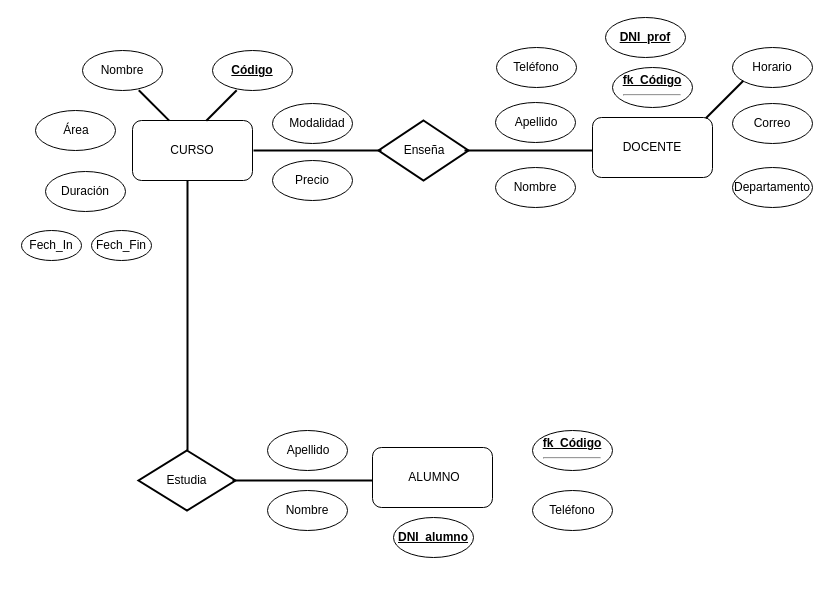
Above: Untitled Diagram.drawio in eresto/misrepositorios (draw.io), before the change. Source tidied: cells renumbered, new cells numbered last; positions are measured from the earlier drawing's top-left corner, leaving out a move shared by most shapes. Both pictures are drawn from the tidied source at 100%, with x=0, y=0 at pixel (21, 17).
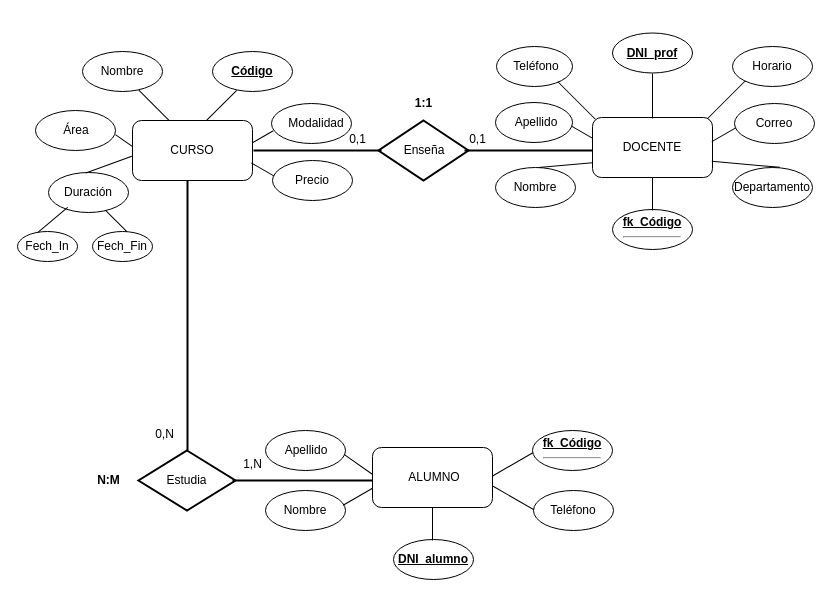
After the change.

The edit, as a diff of the source:
```diff
@@
     <mxCell id="3" style="ellipse;whiteSpace=wrap;html=1;" parent="1" vertex="1">
-      <mxGeometry x="191" y="33" width="80" height="40" as="geometry" />
+      <mxGeometry x="191" y="34" width="80" height="40" as="geometry" />
     </mxCell>
     <mxCell id="4" style="ellipse;whiteSpace=wrap;html=1;" parent="1" vertex="1">
-      <mxGeometry x="251" y="86" width="80" height="40" as="geometry" />
+      <mxGeometry x="250" y="86" width="80" height="40" as="geometry" />
     </mxCell>
     <mxCell id="5" value="Modalidad" style="text;html=1;strokeColor=none;fillColor=none;align=center;verticalAlign=middle;whiteSpace=wrap;rounded=0;" parent="1" vertex="1">
-      <mxGeometry x="261" y="96" width="70" height="20" as="geometry" />
+      <mxGeometry x="260" y="96" width="70" height="20" as="geometry" />
     </mxCell>
     <mxCell id="6" style="ellipse;whiteSpace=wrap;html=1;" parent="1" vertex="1">
-      <mxGeometry x="61" y="33" width="80" height="40" as="geometry" />
+      <mxGeometry x="61" y="34" width="80" height="40" as="geometry" />
     </mxCell>
@@
     <mxCell id="8" style="ellipse;whiteSpace=wrap;html=1;" parent="1" vertex="1">
-      <mxGeometry x="24" y="154" width="80" height="40" as="geometry" />
+      <mxGeometry x="27" y="155" width="80" height="40" as="geometry" />
     </mxCell>
@@
     <mxCell id="10" value="Duración" style="text;html=1;strokeColor=none;fillColor=none;align=center;verticalAlign=middle;whiteSpace=wrap;rounded=0;" parent="1" vertex="1">
-      <mxGeometry x="44" y="164" width="40" height="20" as="geometry" />
+      <mxGeometry x="47" y="165" width="40" height="20" as="geometry" />
     </mxCell>
@@
     <mxCell id="12" value="Nombre" style="text;html=1;strokeColor=none;fillColor=none;align=center;verticalAlign=middle;whiteSpace=wrap;rounded=0;" parent="1" vertex="1">
-      <mxGeometry x="81" y="43" width="40" height="20" as="geometry" />
+      <mxGeometry x="81" y="44" width="40" height="20" as="geometry" />
     </mxCell>
@@
     <mxCell id="14" value="Código" style="text;html=1;strokeColor=none;fillColor=none;align=center;verticalAlign=middle;whiteSpace=wrap;rounded=0;strokeWidth=3;fontStyle=5;" parent="1" vertex="1">
-      <mxGeometry x="211" y="43" width="40" height="20" as="geometry" />
+      <mxGeometry x="211" y="44" width="40" height="20" as="geometry" />
     </mxCell>
@@
     <mxCell id="17" style="ellipse;whiteSpace=wrap;html=1;" parent="1" vertex="1">
-      <mxGeometry x="591" y="50" width="80" height="40" as="geometry" />
+      <mxGeometry x="591" y="192" width="80" height="40" as="geometry" />
     </mxCell>
     <mxCell id="18" style="ellipse;whiteSpace=wrap;html=1;" parent="1" vertex="1">
-      <mxGeometry x="711" y="86" width="80" height="40" as="geometry" />
+      <mxGeometry x="713" y="86" width="80" height="40" as="geometry" />
     </mxCell>
     <mxCell id="19" value="Correo" style="text;html=1;strokeColor=none;fillColor=none;align=center;verticalAlign=middle;whiteSpace=wrap;rounded=0;" parent="1" vertex="1">
-      <mxGeometry x="716" y="96" width="70" height="20" as="geometry" />
+      <mxGeometry x="718" y="96" width="70" height="20" as="geometry" />
     </mxCell>
@@
     <mxCell id="21" style="ellipse;whiteSpace=wrap;html=1;" parent="1" vertex="1">
-      <mxGeometry x="474" y="85" width="80" height="40" as="geometry" />
+      <mxGeometry x="474" y="85" width="77" height="40" as="geometry" />
     </mxCell>
     <mxCell id="22" style="ellipse;whiteSpace=wrap;html=1;" parent="1" vertex="1">
-      <mxGeometry x="475" y="30" width="80" height="40" as="geometry" />
+      <mxGeometry x="475" y="29" width="76" height="40" as="geometry" />
     </mxCell>
@@
     <mxCell id="24" value="Teléfono" style="text;html=1;strokeColor=none;fillColor=none;align=center;verticalAlign=middle;whiteSpace=wrap;rounded=0;" parent="1" vertex="1">
-      <mxGeometry x="495" y="40" width="40" height="20" as="geometry" />
+      <mxGeometry x="495" y="39" width="40" height="20" as="geometry" />
     </mxCell>
@@
     <mxCell id="28" value="fk_Código&lt;br&gt;&lt;hr&gt;" style="text;html=1;strokeColor=none;fillColor=none;align=center;verticalAlign=middle;whiteSpace=wrap;rounded=0;strokeWidth=3;fontStyle=5;" parent="1" vertex="1">
-      <mxGeometry x="611" y="60" width="40" height="20" as="geometry" />
+      <mxGeometry x="611" y="202" width="40" height="20" as="geometry" />
     </mxCell>
@@
     <mxCell id="30" style="ellipse;whiteSpace=wrap;html=1;" parent="1" vertex="1">
-      <mxGeometry x="711" y="30" width="80" height="40" as="geometry" />
+      <mxGeometry x="711" y="29" width="80" height="40" as="geometry" />
     </mxCell>
     <mxCell id="31" value="Horario" style="text;html=1;strokeColor=none;fillColor=none;align=center;verticalAlign=middle;whiteSpace=wrap;rounded=0;" parent="1" vertex="1">
-      <mxGeometry x="731" y="40" width="40" height="20" as="geometry" />
+      <mxGeometry x="731" y="39" width="40" height="20" as="geometry" />
     </mxCell>
     <mxCell id="32" style="ellipse;whiteSpace=wrap;html=1;" parent="1" vertex="1">
-      <mxGeometry x="584" width="80" height="40" as="geometry" />
+      <mxGeometry x="591" y="15.5" width="80" height="40" as="geometry" />
     </mxCell>
     <mxCell id="33" value="DNI_prof" style="text;html=1;strokeColor=none;fillColor=none;align=center;verticalAlign=middle;whiteSpace=wrap;rounded=0;strokeWidth=3;fontStyle=5;" parent="1" vertex="1">
-      <mxGeometry x="604" y="10" width="40" height="20" as="geometry" />
+      <mxGeometry x="611" y="25.5" width="40" height="20" as="geometry" />
     </mxCell>
@@
     <mxCell id="36" style="ellipse;whiteSpace=wrap;html=1;" parent="1" vertex="1">
-      <mxGeometry x="246" y="473" width="80" height="40" as="geometry" />
+      <mxGeometry x="244" y="473" width="80" height="40" as="geometry" />
     </mxCell>
     <mxCell id="37" style="ellipse;whiteSpace=wrap;html=1;" parent="1" vertex="1">
-      <mxGeometry x="246" y="413" width="80" height="40" as="geometry" />
+      <mxGeometry x="244" y="413" width="80" height="40" as="geometry" />
     </mxCell>
     <mxCell id="38" style="ellipse;whiteSpace=wrap;html=1;" parent="1" vertex="1">
-      <mxGeometry x="511" y="473" width="80" height="40" as="geometry" />
+      <mxGeometry x="512" y="473" width="80" height="40" as="geometry" />
     </mxCell>
     <mxCell id="39" value="Teléfono" style="text;html=1;strokeColor=none;fillColor=none;align=center;verticalAlign=middle;whiteSpace=wrap;rounded=0;" parent="1" vertex="1">
-      <mxGeometry x="531" y="483" width="40" height="20" as="geometry" />
+      <mxGeometry x="532" y="483" width="40" height="20" as="geometry" />
     </mxCell>
     <mxCell id="40" value="Apellido" style="text;html=1;strokeColor=none;fillColor=none;align=center;verticalAlign=middle;whiteSpace=wrap;rounded=0;" parent="1" vertex="1">
-      <mxGeometry x="267" y="423" width="40" height="20" as="geometry" />
+      <mxGeometry x="265" y="423" width="40" height="20" as="geometry" />
     </mxCell>
     <mxCell id="41" value="Nombre" style="text;html=1;strokeColor=none;fillColor=none;align=center;verticalAlign=middle;whiteSpace=wrap;rounded=0;" parent="1" vertex="1">
-      <mxGeometry x="266" y="483" width="40" height="20" as="geometry" />
+      <mxGeometry x="264" y="483" width="40" height="20" as="geometry" />
     </mxCell>
@@
     <mxCell id="44" style="ellipse;whiteSpace=wrap;html=1;" parent="1" vertex="1">
-      <mxGeometry x="372" y="500" width="80" height="40" as="geometry" />
+      <mxGeometry x="372" y="522" width="80" height="40" as="geometry" />
     </mxCell>
     <mxCell id="45" value="DNI_alumno" style="text;html=1;strokeColor=none;fillColor=none;align=center;verticalAlign=middle;whiteSpace=wrap;rounded=0;strokeWidth=3;fontStyle=5;" parent="1" vertex="1">
-      <mxGeometry x="392" y="510" width="40" height="20" as="geometry" />
+      <mxGeometry x="392" y="532" width="40" height="20" as="geometry" />
     </mxCell>
@@
-    <mxCell id="49" style="line;strokeWidth=2;direction=north;html=1;fontSize=12;fontColor=#000000;rotation=45;" parent="1" vertex="1">
+    <mxCell id="49" style="line;strokeWidth=1;direction=north;html=1;fontSize=12;fontColor=#000000;rotation=45;" parent="1" vertex="1">
       <mxGeometry x="190.4" y="66.5" width="19.2" height="43" as="geometry" />
     </mxCell>
     <mxCell id="50" style="ellipse;whiteSpace=wrap;html=1;" parent="1" vertex="1">
-      <mxGeometry y="213" width="60" height="30" as="geometry" />
+      <mxGeometry x="-4" y="214" width="60" height="30" as="geometry" />
     </mxCell>
     <mxCell id="51" value="Fech_In" style="text;html=1;strokeColor=none;fillColor=none;align=center;verticalAlign=middle;whiteSpace=wrap;rounded=0;" parent="1" vertex="1">
-      <mxGeometry x="10" y="218" width="40" height="20" as="geometry" />
+      <mxGeometry x="6" y="219" width="40" height="20" as="geometry" />
     </mxCell>
     <mxCell id="52" style="ellipse;whiteSpace=wrap;html=1;" parent="1" vertex="1">
-      <mxGeometry x="70" y="213" width="60" height="30" as="geometry" />
+      <mxGeometry x="71" y="214" width="60" height="30" as="geometry" />
     </mxCell>
     <mxCell id="53" value="Fech_Fin" style="text;html=1;strokeColor=none;fillColor=none;align=center;verticalAlign=middle;whiteSpace=wrap;rounded=0;" parent="1" vertex="1">
-      <mxGeometry x="80" y="218" width="40" height="20" as="geometry" />
+      <mxGeometry x="81" y="219" width="40" height="20" as="geometry" />
     </mxCell>
-    <mxCell id="54" style="line;strokeWidth=2;direction=north;html=1;fontSize=12;fontColor=#000000;rotation=45;" parent="1" vertex="1">
-      <mxGeometry x="693.5" y="55.5" width="19.2" height="53" as="geometry" />
+    <mxCell id="54" style="line;strokeWidth=1;direction=north;html=1;fontSize=12;fontColor=#000000;rotation=45;" parent="1" vertex="1">
+      <mxGeometry x="695.5" y="55.5" width="19.2" height="53" as="geometry" />
     </mxCell>
-    <mxCell id="55" style="line;strokeWidth=2;direction=east;html=1;fontSize=12;fontColor=#000000;rotation=45;" parent="1" vertex="1">
+    <mxCell id="55" style="line;strokeWidth=1;direction=east;html=1;fontSize=12;fontColor=#000000;rotation=45;" parent="1" vertex="1">
       <mxGeometry x="111" y="78.3" width="43" height="19.2" as="geometry" />
     </mxCell>
@@
+    <mxCell id="60" style="line;strokeWidth=1;direction=north;html=1;fontSize=12;fontColor=#000000;rotation=60;" parent="1" vertex="1">
+      <mxGeometry x="481.4" y="423.5" width="19.2" height="47" as="geometry" />
+    </mxCell>
+    <mxCell id="61" style="line;strokeWidth=1;direction=north;html=1;fontSize=12;fontColor=#000000;rotation=120;" parent="1" vertex="1">
+      <mxGeometry x="482.4" y="457" width="19.2" height="47" as="geometry" />
+    </mxCell>
+    <mxCell id="62" style="line;strokeWidth=1;direction=north;html=1;fontSize=12;fontColor=#000000;rotation=60;" parent="1" vertex="1">
+      <mxGeometry x="231.8" y="107.2" width="19.2" height="24" as="geometry" />
+    </mxCell>
+    <mxCell id="63" style="line;strokeWidth=1;direction=north;html=1;fontSize=12;fontColor=#000000;rotation=70;" parent="1" vertex="1">
+      <mxGeometry x="77.7" y="122.7" width="19.2" height="49" as="geometry" />
+    </mxCell>
+    <mxCell id="64" style="line;strokeWidth=1;direction=north;html=1;fontSize=12;fontColor=#000000;rotation=60;" parent="1" vertex="1">
+      <mxGeometry x="692.9" y="103.1" width="19.2" height="28.1" as="geometry" />
+    </mxCell>
+    <mxCell id="65" style="line;strokeWidth=1;direction=north;html=1;fontSize=12;fontColor=#000000;rotation=95;" parent="1" vertex="1">
+      <mxGeometry x="714.7" y="112.7" width="19.2" height="68.2" as="geometry" />
+    </mxCell>
+    <mxCell id="66" style="line;strokeWidth=1;direction=north;html=1;fontSize=12;fontColor=#000000;rotation=120;" parent="1" vertex="1">
+      <mxGeometry x="231.7" y="138.8" width="19.2" height="26.5" as="geometry" />
+    </mxCell>
+    <mxCell id="67" style="line;strokeWidth=1;direction=east;html=1;fontSize=12;fontColor=#000000;rotation=35;" parent="1" vertex="1">
+      <mxGeometry x="92" y="113.5" width="21" height="19.2" as="geometry" />
+    </mxCell>
+    <mxCell id="68" style="line;strokeWidth=1;direction=north;html=1;fontSize=12;fontColor=#000000;rotation=85;" parent="1" vertex="1">
+      <mxGeometry x="534.4" y="120.6" width="19.2" height="54" as="geometry" />
+    </mxCell>
+    <mxCell id="69" style="line;strokeWidth=1;direction=north;html=1;fontSize=12;fontColor=#000000;rotation=50;" parent="1" vertex="1">
+      <mxGeometry x="18.9" y="183.1" width="25.1" height="38.4" as="geometry" />
+    </mxCell>
+    <mxCell id="70" style="line;strokeWidth=1;direction=east;html=1;fontSize=12;fontColor=#000000;rotation=45;" parent="1" vertex="1">
+      <mxGeometry x="80.2" y="189" width="29.5" height="29.5" as="geometry" />
+    </mxCell>
+    <mxCell id="71" style="line;strokeWidth=1;direction=south;html=1;fontSize=12;fontColor=#000000;" parent="1" vertex="1">
+      <mxGeometry x="626" y="56" width="10" height="45" as="geometry" />
+    </mxCell>
+    <mxCell id="72" style="line;strokeWidth=1;direction=south;html=1;fontSize=12;fontColor=#000000;" parent="1" vertex="1">
+      <mxGeometry x="626" y="160" width="10" height="33" as="geometry" />
+    </mxCell>
+    <mxCell id="73" style="line;strokeWidth=1;direction=east;html=1;fontSize=12;fontColor=#000000;rotation=45;" parent="1" vertex="1">
+      <mxGeometry x="528.6" y="73.4" width="53" height="19.2" as="geometry" />
+    </mxCell>
+    <mxCell id="74" style="line;strokeWidth=1;direction=south;html=1;fontSize=12;fontColor=#000000;" parent="1" vertex="1">
+      <mxGeometry x="406" y="490" width="10" height="33" as="geometry" />
+    </mxCell>
+    <mxCell id="75" style="line;strokeWidth=1;direction=east;html=1;fontSize=12;fontColor=#000000;rotation=35;" parent="1" vertex="1">
+      <mxGeometry x="319.4" y="432.1" width="34.5" height="29.5" as="geometry" />
+    </mxCell>
+    <mxCell id="76" style="line;strokeWidth=1;direction=north;html=1;fontSize=12;fontColor=#000000;rotation=60;" parent="1" vertex="1">
+      <mxGeometry x="326.7" y="462.2" width="19.2" height="34" as="geometry" />
+    </mxCell>
+    <mxCell id="77" style="line;strokeWidth=1;direction=east;html=1;fontSize=12;fontColor=#000000;rotation=30;" parent="1" vertex="1">
+      <mxGeometry x="547.9" y="105" width="25" height="19.2" as="geometry" />
+    </mxCell>
+    <mxCell id="78" value="&lt;font style=&quot;font-size: 12px ; font-weight: normal&quot;&gt;0,N&lt;/font&gt;" style="text;strokeColor=none;fillColor=none;html=1;fontSize=24;fontStyle=1;verticalAlign=middle;align=center;" parent="1" vertex="1">
+      <mxGeometry x="121" y="403" width="44" height="20" as="geometry" />
+    </mxCell>
+    <mxCell id="79" value="&lt;font style=&quot;font-size: 12px ; font-weight: normal&quot;&gt;1,N&lt;/font&gt;" style="text;strokeColor=none;fillColor=none;html=1;fontSize=24;fontStyle=1;verticalAlign=middle;align=center;" parent="1" vertex="1">
+      <mxGeometry x="211" y="428" width="40" height="30" as="geometry" />
+    </mxCell>
+    <mxCell id="80" value="&lt;font style=&quot;font-size: 12px&quot;&gt;N:M&lt;/font&gt;" style="text;strokeColor=none;fillColor=none;html=1;fontSize=24;fontStyle=1;verticalAlign=middle;align=center;" parent="1" vertex="1">
+      <mxGeometry x="68.3" y="450" width="38" height="18" as="geometry" />
+    </mxCell>
+    <mxCell id="81" value="&lt;font style=&quot;font-size: 12px&quot;&gt;0,1&lt;/font&gt;" style="text;strokeColor=none;fillColor=none;html=1;fontSize=24;fontStyle=0;verticalAlign=middle;align=center;" parent="1" vertex="1">
+      <mxGeometry x="430.4" y="108" width="51" height="20" as="geometry" />
+    </mxCell>
+    <mxCell id="82" value="&lt;span style=&quot;font-weight: normal&quot;&gt;&lt;font style=&quot;font-size: 12px&quot;&gt;0,1&lt;/font&gt;&lt;/span&gt;" style="text;strokeColor=none;fillColor=none;html=1;fontSize=24;fontStyle=1;verticalAlign=middle;align=center;" parent="1" vertex="1">
+      <mxGeometry x="311" y="108" width="50" height="20" as="geometry" />
+    </mxCell>
+    <mxCell id="83" value="&lt;font style=&quot;font-size: 12px&quot;&gt;1:1&lt;/font&gt;" style="text;strokeColor=none;fillColor=none;html=1;fontSize=24;fontStyle=1;verticalAlign=middle;align=center;" parent="1" vertex="1">
+      <mxGeometry x="382" y="72" width="40" height="20" as="geometry" />
+    </mxCell>
```
